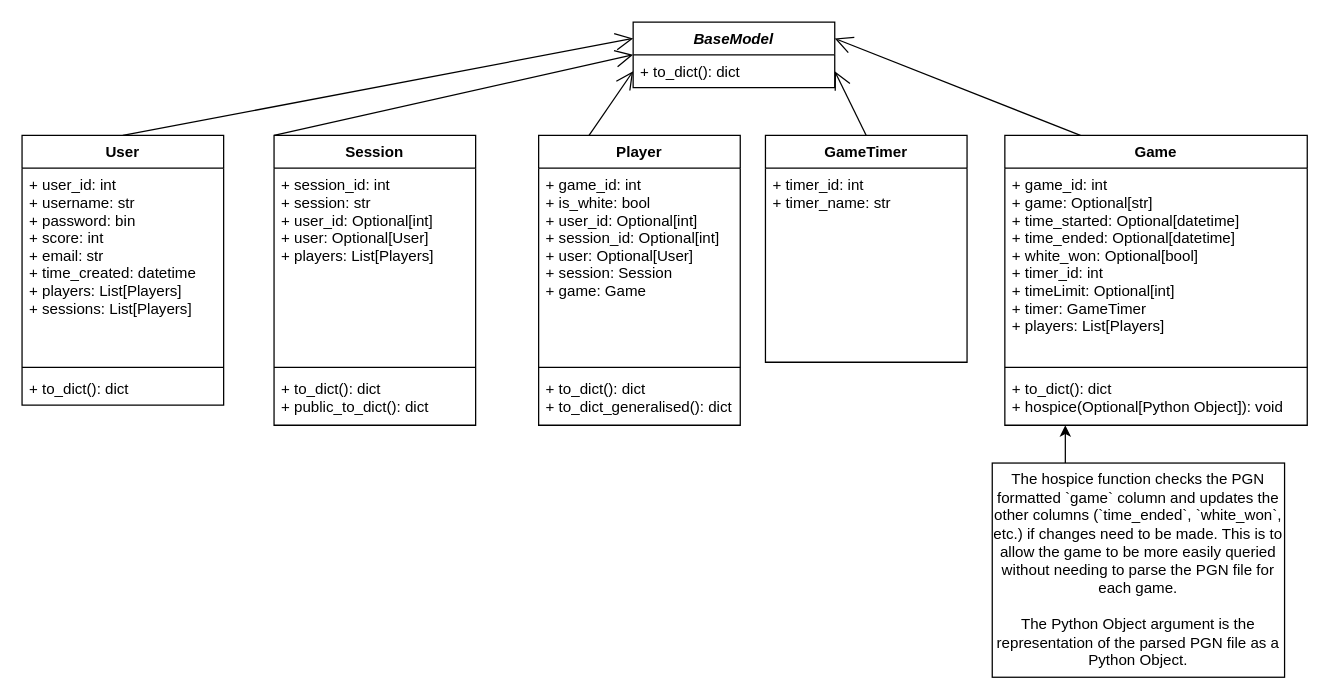
Above: public/nea/Models-Diagram.drawio in Ultrasonic1209/chess-app-frontend (draw.io), before the change. Source tidied: cells renumbered, new cells numbered last; positions are measured from the earlier drawing's top-left corner, leaving out a move shared by most shapes. Both pictures are drawn from the tidied source at 126%, with x=0, y=0 at pixel (21, 21).
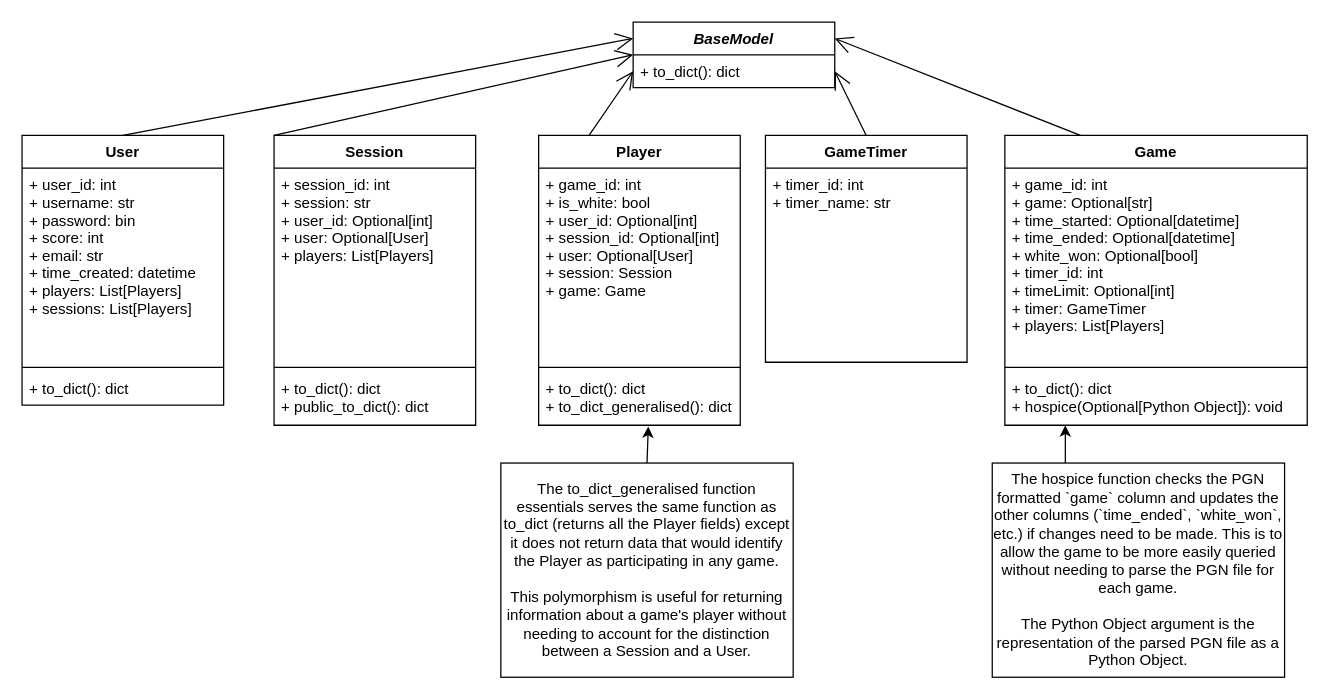
The same diagram, later.

Unchanged cells that the change refers to:
```xml
<mxCell id="17" value="+ to_dict(): dict&#10;+ to_dict_generalised(): dict" style="text;strokeColor=none;fillColor=none;align=left;verticalAlign=top;spacingLeft=4;spacingRight=4;overflow=hidden;points=[[0,0.5],[1,0.5]];portConstraint=eastwest;" parent="14" vertex="1">
  <mxGeometry y="188" width="160" height="42" as="geometry" />
</mxCell>
```

Diff of the diagram source:
```diff
@@
+    <mxCell id="29" value="The to_dict_generalised function essentials serves the same function as to_dict (returns all the Player fields) except it does not return data that would identify the Player as participating in any game.&lt;br&gt;&lt;br&gt;This polymorphism is useful for returning information about a game's player without needing to account for the distinction between a Session and a User." style="rounded=0;whiteSpace=wrap;html=1;" parent="1" vertex="1">
+      <mxGeometry x="380" y="350" width="232" height="170" as="geometry" />
+    </mxCell>
+    <mxCell id="30" style="endArrow=classic;html=1;exitX=0.5;exitY=0;exitDx=0;exitDy=0;entryX=0.544;entryY=1.024;entryDx=0;entryDy=0;entryPerimeter=0;" parent="1" edge="1" source="29" target="17">
+      <mxGeometry relative="1" as="geometry" />
+    </mxCell>
```
